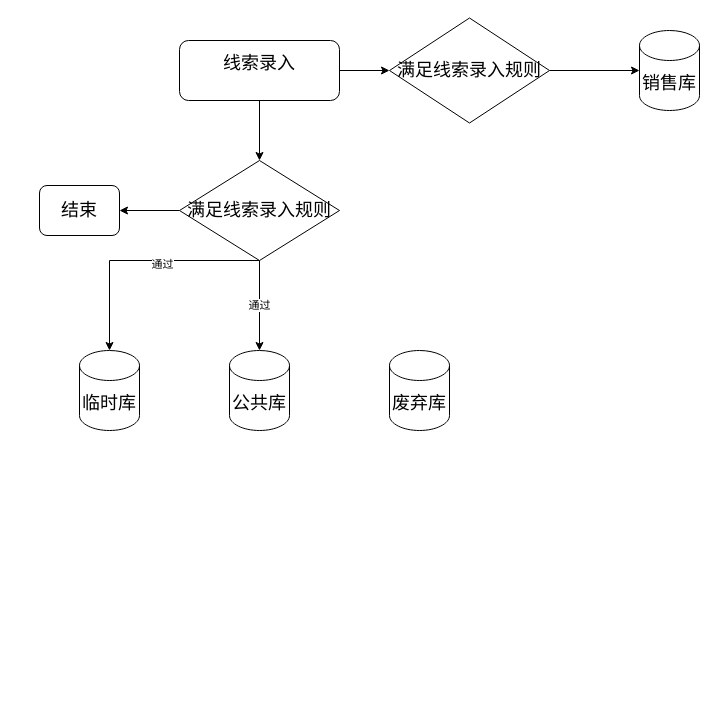
Earlier version of the draw.io diagram 未命名绘图.drawio (lllding/2014ccf_contest). Source tidied: cells renumbered, new cells numbered last; positions are measured from the earlier drawing's top-left corner, leaving out a move shared by most shapes. Both pictures are drawn from the tidied source at 100%, with x=0, y=0 at pixel (39, 18).
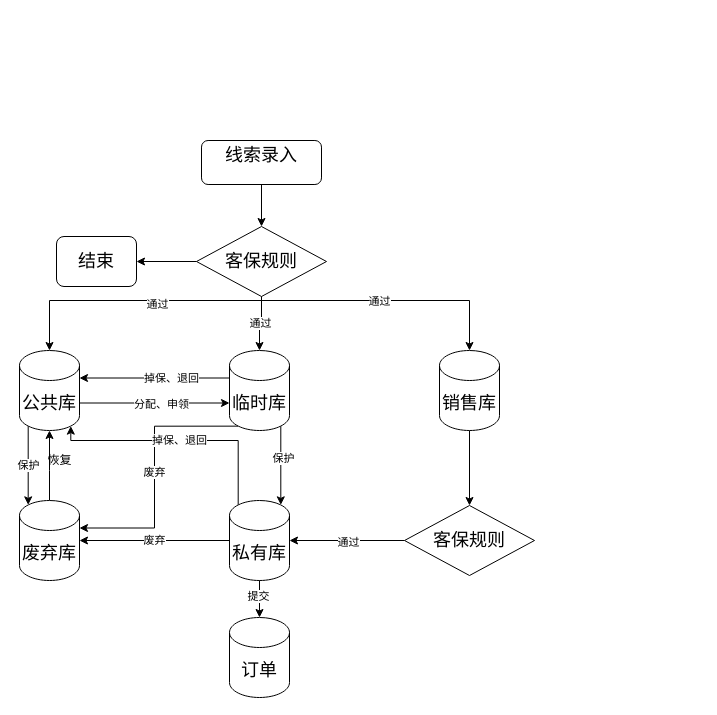
After the change.

Commit message (it also covers changes not shown here):
更新未命名绘图.drawio

What changed in the source:
```diff
@@
-    <mxCell id="3" style="edgeStyle=orthogonalEdgeStyle;rounded=0;jettySize=auto;html=1;exitX=1;exitY=0.5;exitDx=0;exitDy=0;entryX=0;entryY=0.5;entryDx=0;entryDy=0;" parent="1" edge="1" source="4" target="6">
-      <mxGeometry relative="1" as="geometry" />
-    </mxCell>
     <mxCell id="4" value="&lt;div style=&quot;text-align: justify&quot;&gt;&lt;font style=&quot;font-size: 18px&quot;&gt;线索录入&lt;/font&gt;&lt;/div&gt;&lt;div style=&quot;text-align: justify&quot;&gt;&lt;br&gt;&lt;/div&gt;" style="rounded=1;whiteSpace=wrap;html=1;fontSize=12;glass=0;strokeWidth=1;shadow=0;align=center;" parent="1" vertex="1">
-      <mxGeometry x="140" y="22" width="160" height="60" as="geometry" />
+      <mxGeometry x="162" y="122" width="120" height="44" as="geometry" />
     </mxCell>
-    <mxCell id="5" style="edgeStyle=orthogonalEdgeStyle;rounded=0;jettySize=auto;html=1;exitX=1;exitY=0.5;exitDx=0;exitDy=0;entryX=0;entryY=0.5;entryDx=0;entryDy=0;entryPerimeter=0;" parent="1" edge="1" source="6" target="7">
-      <mxGeometry relative="1" as="geometry" />
-    </mxCell>
-    <mxCell id="6" value="&lt;font style=&quot;font-size: 18px&quot;&gt;满足线索录入规则&lt;/font&gt;" style="rhombus;whiteSpace=wrap;html=1;" parent="1" vertex="1">
-      <mxGeometry x="350" y="-0.5" width="160" height="105" as="geometry" />
-    </mxCell>
+    <mxCell id="17" style="edgeStyle=orthogonalEdgeStyle;rounded=0;jettySize=auto;html=1;exitX=0.5;exitY=1;exitDx=0;exitDy=0;exitPerimeter=0;entryX=0.5;entryY=0;entryDx=0;entryDy=0;" parent="1" edge="1" source="7" target="37">
+      <mxGeometry relative="1" as="geometry" />
+    </mxCell>
     <mxCell id="7" value="&lt;font style=&quot;font-size: 18px&quot;&gt;销售库&lt;/font&gt;" style="shape=cylinder3;whiteSpace=wrap;html=1;boundedLbl=1;backgroundOutline=1;size=15;" parent="1" vertex="1">
-      <mxGeometry x="600" y="12" width="60" height="80" as="geometry" />
+      <mxGeometry x="400" y="332" width="60" height="80" as="geometry" />
     </mxCell>
@@
     <mxCell id="9" style="edgeStyle=orthogonalEdgeStyle;rounded=0;jettySize=auto;html=1;entryX=0.5;entryY=0;entryDx=0;entryDy=0;entryPerimeter=0;exitX=0.5;exitY=1;exitDx=0;exitDy=0;" parent="1" edge="1" source="12" target="14">
       <mxGeometry relative="1" as="geometry">
         <Array as="points">
-          <mxPoint x="70" y="242" />
+          <mxPoint x="222" y="282" />
+          <mxPoint x="10" y="282" />
         </Array>
       </mxGeometry>
     </mxCell>
@@
+    <mxCell id="18" style="edgeStyle=orthogonalEdgeStyle;rounded=0;jettySize=auto;html=1;entryX=0.5;entryY=0;entryDx=0;entryDy=0;entryPerimeter=0;" parent="1" edge="1" source="12" target="7">
+      <mxGeometry relative="1" as="geometry">
+        <Array as="points">
+          <mxPoint x="222" y="282" />
+          <mxPoint x="430" y="282" />
+        </Array>
+      </mxGeometry>
+    </mxCell>
+    <mxCell id="19" value="通过" style="edgeLabel;html=1;align=center;verticalAlign=middle;" parent="18" vertex="1">
+      <mxGeometry x="-0.08" relative="1" as="geometry" />
+    </mxCell>
-    <mxCell id="12" value="&lt;font style=&quot;font-size: 18px&quot;&gt;满足线索录入规则&lt;/font&gt;" style="rhombus;whiteSpace=wrap;html=1;" parent="1" vertex="1">
-      <mxGeometry x="140" y="142" width="160" height="100" as="geometry" />
+    <mxCell id="12" value="&lt;font style=&quot;font-size: 18px&quot;&gt;客保规则&lt;/font&gt;" style="rhombus;whiteSpace=wrap;html=1;" parent="1" vertex="1">
+      <mxGeometry x="157" y="208" width="130" height="70" as="geometry" />
     </mxCell>
+    <mxCell id="20" style="edgeStyle=orthogonalEdgeStyle;rounded=0;jettySize=auto;html=1;exitX=0;exitY=0;exitDx=0;exitDy=27.5;exitPerimeter=0;entryX=1;entryY=0;entryDx=0;entryDy=27.5;entryPerimeter=0;" parent="1" edge="1" source="13" target="14">
+      <mxGeometry relative="1" as="geometry" />
+    </mxCell>
+    <mxCell id="21" value="掉保、退回" style="edgeLabel;html=1;align=center;verticalAlign=middle;" parent="20" vertex="1">
+      <mxGeometry x="-0.21" relative="1" as="geometry" />
+    </mxCell>
+    <mxCell id="22" style="edgeStyle=orthogonalEdgeStyle;rounded=0;jettySize=auto;html=1;exitX=0.855;exitY=1;exitDx=0;exitDy=-4.35;exitPerimeter=0;entryX=0.855;entryY=0;entryDx=0;entryDy=4.35;entryPerimeter=0;" parent="1" edge="1" source="13" target="15">
+      <mxGeometry relative="1" as="geometry" />
+    </mxCell>
+    <mxCell id="23" value="保护" style="edgeLabel;html=1;align=center;verticalAlign=middle;" parent="22" vertex="1">
+      <mxGeometry x="-0.18" y="2" relative="1" as="geometry" />
+    </mxCell>
+    <mxCell id="24" value="废弃" style="edgeStyle=orthogonalEdgeStyle;rounded=0;jettySize=auto;html=1;exitX=0.145;exitY=1;exitDx=0;exitDy=-4.35;exitPerimeter=0;entryX=1;entryY=0;entryDx=0;entryDy=27.5;entryPerimeter=0;" parent="1" edge="1" source="13" target="33">
+      <mxGeometry relative="1" as="geometry" />
+    </mxCell>
-    <mxCell id="13" value="&lt;font style=&quot;font-size: 18px&quot;&gt;公共库&lt;/font&gt;" style="shape=cylinder3;whiteSpace=wrap;html=1;boundedLbl=1;backgroundOutline=1;size=15;" parent="1" vertex="1">
+    <mxCell id="13" value="&lt;font style=&quot;font-size: 18px&quot;&gt;临时库&lt;/font&gt;" style="shape=cylinder3;whiteSpace=wrap;html=1;boundedLbl=1;backgroundOutline=1;size=15;" parent="1" vertex="1">
       <mxGeometry x="190" y="332" width="60" height="80" as="geometry" />
     </mxCell>
+    <mxCell id="25" style="edgeStyle=orthogonalEdgeStyle;rounded=0;jettySize=auto;html=1;exitX=1;exitY=0;exitDx=0;exitDy=52.5;exitPerimeter=0;entryX=0;entryY=0;entryDx=0;entryDy=52.5;entryPerimeter=0;" parent="1" edge="1" source="14" target="13">
+      <mxGeometry relative="1" as="geometry" />
+    </mxCell>
+    <mxCell id="26" value="分配、申领" style="edgeLabel;html=1;align=center;verticalAlign=middle;" parent="25" vertex="1">
+      <mxGeometry x="0.08" relative="1" as="geometry">
+        <mxPoint y="1" as="offset" />
+      </mxGeometry>
+    </mxCell>
+    <mxCell id="27" value="保护" style="edgeStyle=orthogonalEdgeStyle;rounded=0;jettySize=auto;html=1;exitX=0.145;exitY=1;exitDx=0;exitDy=-4.35;exitPerimeter=0;entryX=0.145;entryY=0;entryDx=0;entryDy=4.35;entryPerimeter=0;" parent="1" edge="1" source="14" target="33">
+      <mxGeometry relative="1" as="geometry" />
+    </mxCell>
-    <mxCell id="14" value="&lt;font style=&quot;font-size: 18px&quot;&gt;临时库&lt;/font&gt;" style="shape=cylinder3;whiteSpace=wrap;html=1;boundedLbl=1;backgroundOutline=1;size=15;" parent="1" vertex="1">
-      <mxGeometry x="40" y="332" width="60" height="80" as="geometry" />
+    <mxCell id="14" value="&lt;font style=&quot;font-size: 18px&quot;&gt;公共库&lt;/font&gt;" style="shape=cylinder3;whiteSpace=wrap;html=1;boundedLbl=1;backgroundOutline=1;size=15;" parent="1" vertex="1">
+      <mxGeometry x="-20" y="332" width="60" height="80" as="geometry" />
     </mxCell>
+    <mxCell id="28" value="掉保、退回" style="edgeStyle=orthogonalEdgeStyle;rounded=0;jettySize=auto;html=1;exitX=0.145;exitY=0;exitDx=0;exitDy=4.35;exitPerimeter=0;entryX=0.855;entryY=1;entryDx=0;entryDy=-4.35;entryPerimeter=0;" parent="1" edge="1" source="15" target="14">
+      <mxGeometry relative="1" as="geometry">
+        <Array as="points">
+          <mxPoint x="199" y="422" />
+          <mxPoint x="31" y="422" />
+        </Array>
+      </mxGeometry>
+    </mxCell>
+    <mxCell id="29" value="废弃" style="edgeStyle=orthogonalEdgeStyle;rounded=0;jettySize=auto;html=1;exitX=0;exitY=0.5;exitDx=0;exitDy=0;exitPerimeter=0;entryX=1;entryY=0.5;entryDx=0;entryDy=0;entryPerimeter=0;" parent="1" edge="1" source="15" target="33">
+      <mxGeometry relative="1" as="geometry" />
+    </mxCell>
-    <mxCell id="15" value="&lt;font style=&quot;font-size: 18px&quot;&gt;废弃库&lt;/font&gt;" style="shape=cylinder3;whiteSpace=wrap;html=1;boundedLbl=1;backgroundOutline=1;size=15;" parent="1" vertex="1">
-      <mxGeometry x="350" y="332" width="60" height="80" as="geometry" />
+    <mxCell id="15" value="&lt;span style=&quot;font-size: 18px&quot;&gt;私有库&lt;/span&gt;" style="shape=cylinder3;whiteSpace=wrap;html=1;boundedLbl=1;backgroundOutline=1;size=15;" parent="1" vertex="1">
+      <mxGeometry x="190" y="482" width="60" height="80" as="geometry" />
     </mxCell>
     <mxCell id="16" value="&lt;font style=&quot;font-size: 18px&quot;&gt;结束&lt;/font&gt;" style="rounded=1;whiteSpace=wrap;html=1;" parent="1" vertex="1">
-      <mxGeometry y="167" width="80" height="50" as="geometry" />
+      <mxGeometry x="17" y="218" width="80" height="50" as="geometry" />
     </mxCell>
+    <mxCell id="30" style="edgeStyle=orthogonalEdgeStyle;rounded=0;jettySize=auto;html=1;exitX=0.5;exitY=1;exitDx=0;exitDy=0;exitPerimeter=0;entryX=0.5;entryY=0;entryDx=0;entryDy=0;entryPerimeter=0;" parent="1" edge="1" source="15" target="34">
+      <mxGeometry relative="1" as="geometry" />
+    </mxCell>
+    <mxCell id="31" value="提交" style="edgeLabel;html=1;align=center;verticalAlign=middle;" parent="30" vertex="1">
+      <mxGeometry x="-0.17" y="-2" relative="1" as="geometry" />
+    </mxCell>
+    <mxCell id="32" style="edgeStyle=orthogonalEdgeStyle;rounded=0;orthogonalLoop=1;jettySize=auto;html=1;exitX=0.5;exitY=0;exitDx=0;exitDy=0;exitPerimeter=0;entryX=0.5;entryY=1;entryDx=0;entryDy=0;entryPerimeter=0;" parent="1" edge="1">
+      <mxGeometry relative="1" as="geometry">
+        <mxPoint x="10" y="482" as="sourcePoint" />
+        <mxPoint x="10" y="412" as="targetPoint" />
+        <Array as="points">
+          <mxPoint x="10" y="452" />
+          <mxPoint x="10" y="452" />
+        </Array>
+      </mxGeometry>
+    </mxCell>
+    <mxCell id="33" value="&lt;font style=&quot;font-size: 18px&quot;&gt;废弃库&lt;/font&gt;" style="shape=cylinder3;whiteSpace=wrap;html=1;boundedLbl=1;backgroundOutline=1;size=15;" parent="1" vertex="1">
+      <mxGeometry x="-20" y="482" width="60" height="80" as="geometry" />
+    </mxCell>
+    <mxCell id="34" value="&lt;span style=&quot;font-size: 18px&quot;&gt;订单&lt;/span&gt;" style="shape=cylinder3;whiteSpace=wrap;html=1;boundedLbl=1;backgroundOutline=1;size=15;" parent="1" vertex="1">
+      <mxGeometry x="190" y="599" width="60" height="80" as="geometry" />
+    </mxCell>
+    <mxCell id="35" style="edgeStyle=orthogonalEdgeStyle;rounded=0;jettySize=auto;html=1;exitX=0;exitY=0.5;exitDx=0;exitDy=0;entryX=1;entryY=0.5;entryDx=0;entryDy=0;entryPerimeter=0;" parent="1" edge="1" source="37" target="15">
+      <mxGeometry relative="1" as="geometry" />
+    </mxCell>
+    <mxCell id="36" value="通过" style="edgeLabel;html=1;align=center;verticalAlign=middle;" parent="35" vertex="1">
+      <mxGeometry x="-0.01" y="1" relative="1" as="geometry" />
+    </mxCell>
+    <mxCell id="37" value="&lt;font style=&quot;font-size: 18px&quot;&gt;客保规则&lt;/font&gt;" style="rhombus;whiteSpace=wrap;html=1;" parent="1" vertex="1">
+      <mxGeometry x="365" y="487" width="130" height="70" as="geometry" />
+    </mxCell>
+    <mxCell id="38" value="恢复" style="text;html=1;align=center;verticalAlign=middle;" parent="1" vertex="1">
+      <mxGeometry y="432" width="40" height="20" as="geometry" />
+    </mxCell>
```
